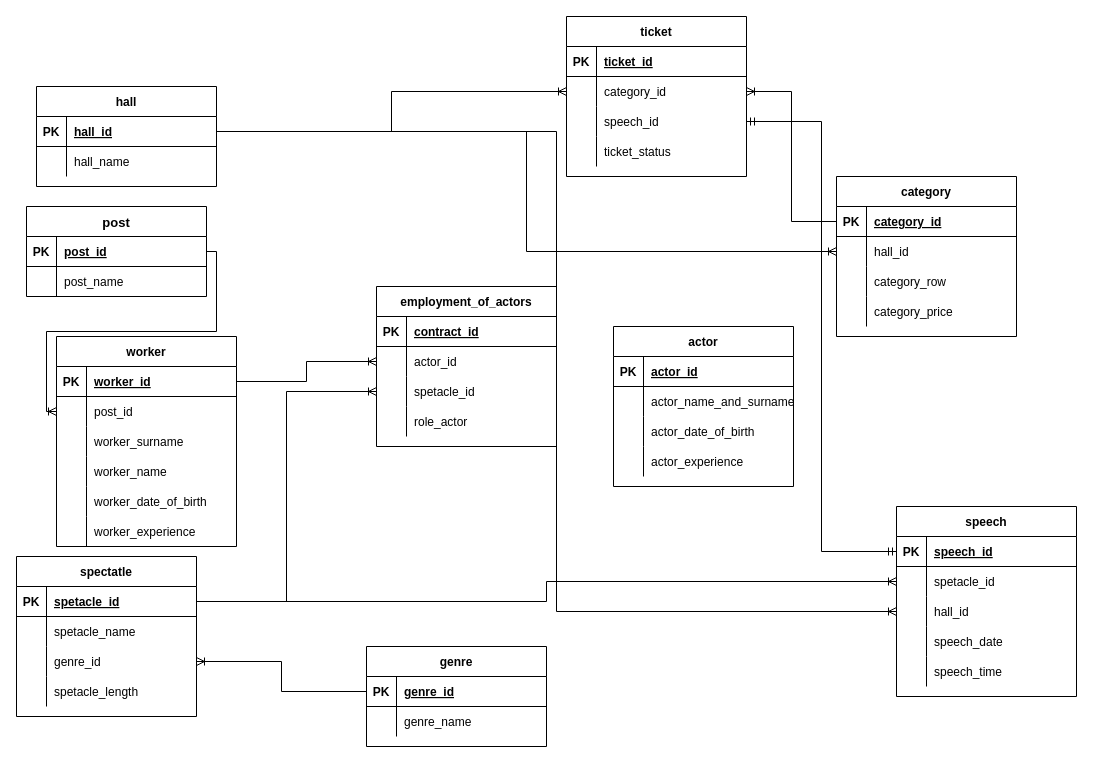
This is page "Страница 1" (1 of 2) of scheme data base/База данных театра.drawio from MakarovIS/Data-base, a draw.io file, before an edit. Source tidied: cells renumbered, new cells numbered last; positions are measured from the earlier drawing's top-left corner, leaving out a move shared by most shapes. Both pictures are drawn from the tidied source at 100%, with x=0, y=0 at pixel (16, 16).
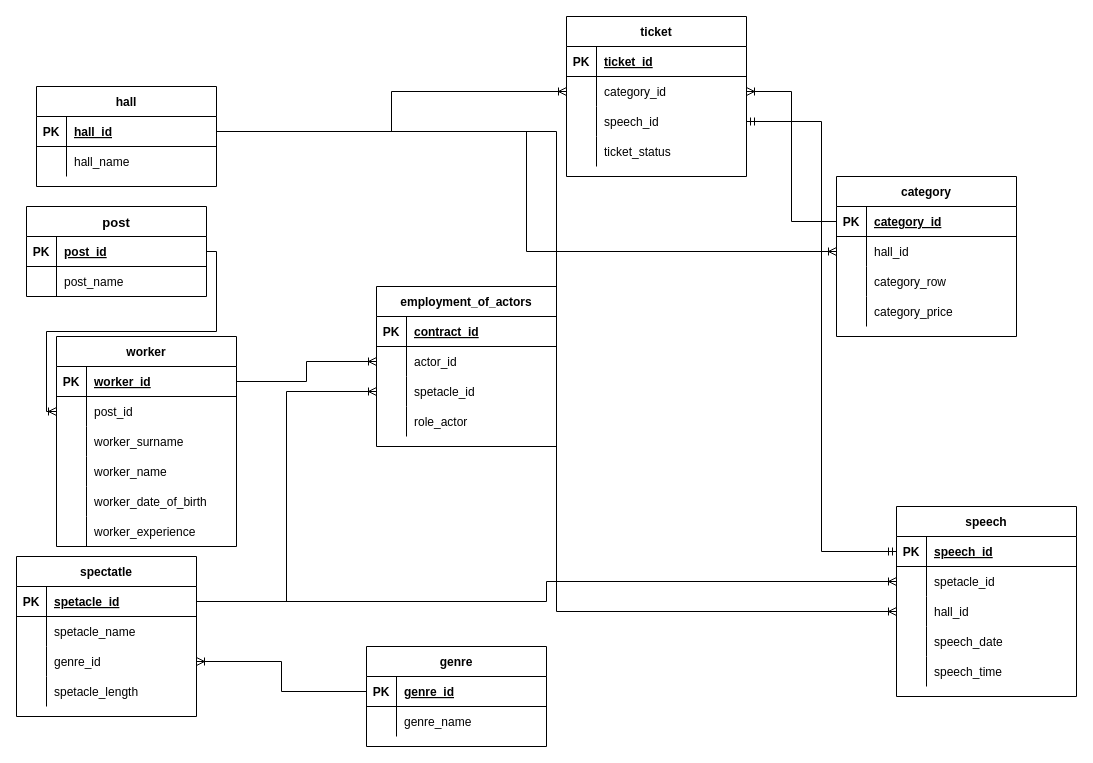
The same diagram, later.

The edit, as a diff of the source:
```diff
@@
-    <mxCell id="2" value="actor" style="shape=table;startSize=30;childLayout=tableLayout;rowLines=0;fontStyle=1;align=center;" parent="1" vertex="1">
-      <mxGeometry x="597" y="310" width="180" height="160" as="geometry" />
-    </mxCell>
-    <mxCell id="3" style="shape=tableRow;horizontal=0;startSize=0;swimlaneHead=0;swimlaneBody=0;fillColor=none;top=0;left=0;right=0;bottom=1;" parent="2" vertex="1">
-      <mxGeometry y="30" width="180" height="30" as="geometry" />
-    </mxCell>
-    <mxCell id="4" value="PK" style="shape=partialRectangle;fillColor=none;top=0;left=0;bottom=0;right=0;fontStyle=1;overflow=hidden;" parent="3" vertex="1">
-      <mxGeometry width="30" height="30" as="geometry" />
-    </mxCell>
-    <mxCell id="5" value="actor_id" style="shape=partialRectangle;fillColor=none;top=0;left=0;bottom=0;right=0;align=left;spacingLeft=6;fontStyle=5;overflow=hidden;" parent="3" vertex="1">
-      <mxGeometry x="30" width="150" height="30" as="geometry" />
-    </mxCell>
-    <mxCell id="6" style="shape=tableRow;horizontal=0;startSize=0;swimlaneHead=0;swimlaneBody=0;fillColor=none;top=0;left=0;right=0;bottom=0;" parent="2" vertex="1">
-      <mxGeometry y="60" width="180" height="30" as="geometry" />
-    </mxCell>
-    <mxCell id="7" style="shape=partialRectangle;fillColor=none;top=0;left=0;bottom=0;right=0;overflow=hidden;" parent="6" vertex="1">
-      <mxGeometry width="30" height="30" as="geometry" />
-    </mxCell>
-    <mxCell id="8" value="actor_name_and_surname" style="shape=partialRectangle;fillColor=none;top=0;left=0;bottom=0;right=0;align=left;spacingLeft=6;overflow=hidden;" parent="6" vertex="1">
-      <mxGeometry x="30" width="150" height="30" as="geometry" />
-    </mxCell>
-    <mxCell id="9" style="shape=tableRow;horizontal=0;startSize=0;swimlaneHead=0;swimlaneBody=0;fillColor=none;top=0;left=0;right=0;bottom=0;" parent="2" vertex="1">
-      <mxGeometry y="90" width="180" height="30" as="geometry" />
-    </mxCell>
-    <mxCell id="10" style="shape=partialRectangle;fillColor=none;top=0;left=0;bottom=0;right=0;overflow=hidden;" parent="9" vertex="1">
-      <mxGeometry width="30" height="30" as="geometry" />
-    </mxCell>
-    <mxCell id="11" value="actor_date_of_birth" style="shape=partialRectangle;fillColor=none;top=0;left=0;bottom=0;right=0;align=left;spacingLeft=6;overflow=hidden;" parent="9" vertex="1">
-      <mxGeometry x="30" width="150" height="30" as="geometry" />
-    </mxCell>
-    <mxCell id="12" style="shape=tableRow;horizontal=0;startSize=0;swimlaneHead=0;swimlaneBody=0;fillColor=none;top=0;left=0;right=0;bottom=0;" parent="2" vertex="1">
-      <mxGeometry y="120" width="180" height="30" as="geometry" />
-    </mxCell>
-    <mxCell id="13" style="shape=partialRectangle;fillColor=none;top=0;left=0;bottom=0;right=0;overflow=hidden;" parent="12" vertex="1">
-      <mxGeometry width="30" height="30" as="geometry" />
-    </mxCell>
-    <mxCell id="14" value="actor_experience" style="shape=partialRectangle;fillColor=none;top=0;left=0;bottom=0;right=0;align=left;spacingLeft=6;overflow=hidden;" parent="12" vertex="1">
-      <mxGeometry x="30" width="150" height="30" as="geometry" />
-    </mxCell>
```
